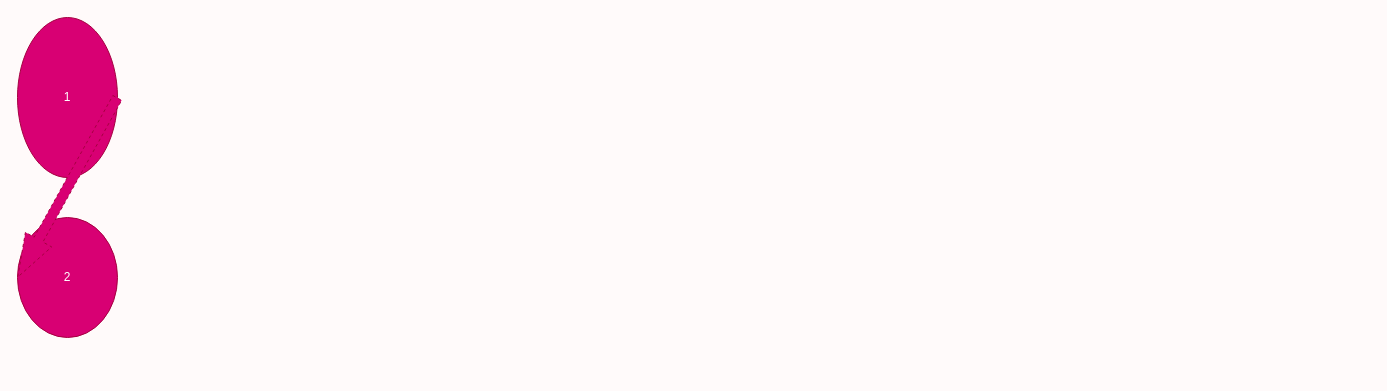
The draw.io diagram spec/drawio_dsl/.samples/35-ids-and-arrows.drawio in klueless-io/drawio_dsl, before the edit. Source tidied: cells renumbered, new cells numbered last; positions are measured from the earlier drawing's top-left corner, leaving out a move shared by most shapes. Both pictures are drawn from the tidied source at 100%, with x=0, y=0 at pixel (17, 17).
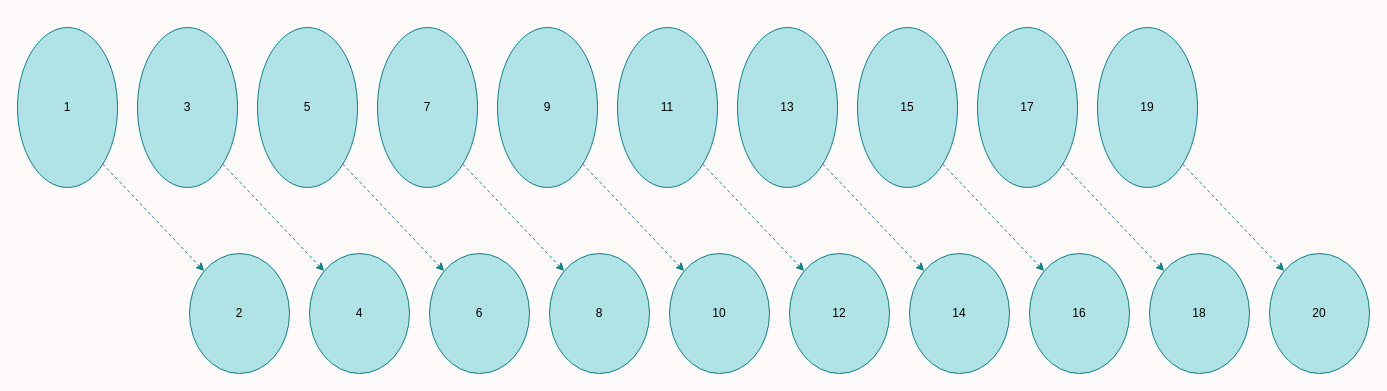
The same page after the edit.

Diff of the diagram source:
```diff
@@
-    <mxCell id="0" />
-    <mxCell id="1" parent="0" />
+    <mxCell id="5" />
+    <mxCell id="6" parent="5" />
-    <mxCell id="2" value="1" style="whiteSpace=wrap;html=1;fillColor=#d80073;strokeColor=#A50040;fontColor=#ffffff;ellipse;" parent="1" vertex="1">
-      <mxGeometry width="100" height="160" as="geometry" />
+    <mxCell id="2" value="1" style="whiteSpace=wrap;html=1;fillColor=#b0e3e6;strokeColor=#0e8088;fontColor=#000000;ellipse;" parent="6" vertex="1">
+      <mxGeometry y="10" width="100" height="160" as="geometry" />
     </mxCell>
-    <mxCell id="3" value="2" style="whiteSpace=wrap;html=1;fillColor=#d80073;strokeColor=#A50040;fontColor=#ffffff;ellipse;" parent="1" vertex="1">
-      <mxGeometry y="200" width="100" height="120" as="geometry" />
+    <mxCell id="3" value="2" style="whiteSpace=wrap;html=1;fillColor=#b0e3e6;strokeColor=#0e8088;fontColor=#000000;ellipse;" parent="6" vertex="1">
+      <mxGeometry x="172" y="236" width="100" height="120" as="geometry" />
     </mxCell>
+    <mxCell id="7" value="3" style="whiteSpace=wrap;html=1;fillColor=#b0e3e6;strokeColor=#0e8088;fontColor=#000000;ellipse;" parent="6" vertex="1">
+      <mxGeometry x="120" y="10" width="100" height="160" as="geometry" />
+    </mxCell>
+    <mxCell id="8" value="4" style="whiteSpace=wrap;html=1;fillColor=#b0e3e6;strokeColor=#0e8088;fontColor=#000000;ellipse;" parent="6" vertex="1">
+      <mxGeometry x="292" y="236" width="100" height="120" as="geometry" />
+    </mxCell>
+    <mxCell id="9" value="5" style="whiteSpace=wrap;html=1;fillColor=#b0e3e6;strokeColor=#0e8088;fontColor=#000000;ellipse;" parent="6" vertex="1">
+      <mxGeometry x="240" y="10" width="100" height="160" as="geometry" />
+    </mxCell>
+    <mxCell id="10" value="6" style="whiteSpace=wrap;html=1;fillColor=#b0e3e6;strokeColor=#0e8088;fontColor=#000000;ellipse;" parent="6" vertex="1">
+      <mxGeometry x="412" y="236" width="100" height="120" as="geometry" />
+    </mxCell>
+    <mxCell id="11" value="7" style="whiteSpace=wrap;html=1;fillColor=#b0e3e6;strokeColor=#0e8088;fontColor=#000000;ellipse;" parent="6" vertex="1">
+      <mxGeometry x="360" y="10" width="100" height="160" as="geometry" />
+    </mxCell>
+    <mxCell id="12" value="8" style="whiteSpace=wrap;html=1;fillColor=#b0e3e6;strokeColor=#0e8088;fontColor=#000000;ellipse;" parent="6" vertex="1">
+      <mxGeometry x="532" y="236" width="100" height="120" as="geometry" />
+    </mxCell>
+    <mxCell id="13" value="9" style="whiteSpace=wrap;html=1;fillColor=#b0e3e6;strokeColor=#0e8088;fontColor=#000000;ellipse;" parent="6" vertex="1">
+      <mxGeometry x="480" y="10" width="100" height="160" as="geometry" />
+    </mxCell>
+    <mxCell id="14" value="10" style="whiteSpace=wrap;html=1;fillColor=#b0e3e6;strokeColor=#0e8088;fontColor=#000000;ellipse;" parent="6" vertex="1">
+      <mxGeometry x="652" y="236" width="100" height="120" as="geometry" />
+    </mxCell>
+    <mxCell id="15" value="11" style="whiteSpace=wrap;html=1;fillColor=#b0e3e6;strokeColor=#0e8088;fontColor=#000000;ellipse;" parent="6" vertex="1">
+      <mxGeometry x="600" y="10" width="100" height="160" as="geometry" />
+    </mxCell>
+    <mxCell id="16" value="12" style="whiteSpace=wrap;html=1;fillColor=#b0e3e6;strokeColor=#0e8088;fontColor=#000000;ellipse;" parent="6" vertex="1">
+      <mxGeometry x="772" y="236" width="100" height="120" as="geometry" />
+    </mxCell>
+    <mxCell id="17" value="13" style="whiteSpace=wrap;html=1;fillColor=#b0e3e6;strokeColor=#0e8088;fontColor=#000000;ellipse;" parent="6" vertex="1">
+      <mxGeometry x="720" y="10" width="100" height="160" as="geometry" />
+    </mxCell>
+    <mxCell id="18" value="14" style="whiteSpace=wrap;html=1;fillColor=#b0e3e6;strokeColor=#0e8088;fontColor=#000000;ellipse;" parent="6" vertex="1">
+      <mxGeometry x="892" y="236" width="100" height="120" as="geometry" />
+    </mxCell>
+    <mxCell id="19" value="15" style="whiteSpace=wrap;html=1;fillColor=#b0e3e6;strokeColor=#0e8088;fontColor=#000000;ellipse;" parent="6" vertex="1">
+      <mxGeometry x="840" y="10" width="100" height="160" as="geometry" />
+    </mxCell>
+    <mxCell id="20" value="16" style="whiteSpace=wrap;html=1;fillColor=#b0e3e6;strokeColor=#0e8088;fontColor=#000000;ellipse;" parent="6" vertex="1">
+      <mxGeometry x="1012" y="236" width="100" height="120" as="geometry" />
+    </mxCell>
+    <mxCell id="21" value="17" style="whiteSpace=wrap;html=1;fillColor=#b0e3e6;strokeColor=#0e8088;fontColor=#000000;ellipse;" parent="6" vertex="1">
+      <mxGeometry x="960" y="10" width="100" height="160" as="geometry" />
+    </mxCell>
+    <mxCell id="22" value="18" style="whiteSpace=wrap;html=1;fillColor=#b0e3e6;strokeColor=#0e8088;fontColor=#000000;ellipse;" parent="6" vertex="1">
+      <mxGeometry x="1132" y="236" width="100" height="120" as="geometry" />
+    </mxCell>
+    <mxCell id="23" value="19" style="whiteSpace=wrap;html=1;fillColor=#b0e3e6;strokeColor=#0e8088;fontColor=#000000;ellipse;" parent="6" vertex="1">
+      <mxGeometry x="1080" y="10" width="100" height="160" as="geometry" />
+    </mxCell>
+    <mxCell id="24" value="20" style="whiteSpace=wrap;html=1;fillColor=#b0e3e6;strokeColor=#0e8088;fontColor=#000000;ellipse;" parent="6" vertex="1">
+      <mxGeometry x="1252" y="236" width="100" height="120" as="geometry" />
+    </mxCell>
-    <mxCell id="4" style="whiteSpace=wrap;html=1;fillColor=#d80073;strokeColor=#A50040;dashed=1;fixDash=1;shape=flexArrow;edgeStyle=none;exitX=1;exitY=0.5;exitDx=0;exitDy=0;entryX=0;entryY=0.5;entryDx=0;entryDy=0;endWidth=19;endSize=13.94;" parent="1" edge="1" source="2" target="3">
+    <mxCell id="4" style="whiteSpace=wrap;html=1;fillColor=#b0e3e6;strokeColor=#0e8088;dashed=1;fixDash=1;exitX=1;exitY=1;exitDx=0;exitDy=0;entryX=0;entryY=0;entryDx=0;entryDy=0;edgeStyle=none;" parent="6" edge="1" source="2" target="3">
       <mxGeometry relative="1" as="geometry" />
     </mxCell>
+    <mxCell id="25" style="whiteSpace=wrap;html=1;fillColor=#b0e3e6;strokeColor=#0e8088;dashed=1;fixDash=1;exitX=1;exitY=1;exitDx=0;exitDy=0;entryX=0;entryY=0;entryDx=0;entryDy=0;edgeStyle=none;" parent="6" edge="1" source="7" target="8">
+      <mxGeometry relative="1" as="geometry" />
+    </mxCell>
+    <mxCell id="26" style="whiteSpace=wrap;html=1;fillColor=#b0e3e6;strokeColor=#0e8088;dashed=1;fixDash=1;exitX=1;exitY=1;exitDx=0;exitDy=0;entryX=0;entryY=0;entryDx=0;entryDy=0;edgeStyle=none;" parent="6" edge="1" source="9" target="10">
+      <mxGeometry relative="1" as="geometry" />
+    </mxCell>
+    <mxCell id="27" style="whiteSpace=wrap;html=1;fillColor=#b0e3e6;strokeColor=#0e8088;dashed=1;fixDash=1;exitX=1;exitY=1;exitDx=0;exitDy=0;entryX=0;entryY=0;entryDx=0;entryDy=0;edgeStyle=none;" parent="6" edge="1" source="11" target="12">
+      <mxGeometry relative="1" as="geometry" />
+    </mxCell>
+    <mxCell id="28" style="whiteSpace=wrap;html=1;fillColor=#b0e3e6;strokeColor=#0e8088;dashed=1;fixDash=1;exitX=1;exitY=1;exitDx=0;exitDy=0;entryX=0;entryY=0;entryDx=0;entryDy=0;edgeStyle=none;" parent="6" edge="1" source="13" target="14">
+      <mxGeometry relative="1" as="geometry" />
+    </mxCell>
+    <mxCell id="29" style="whiteSpace=wrap;html=1;fillColor=#b0e3e6;strokeColor=#0e8088;dashed=1;fixDash=1;exitX=1;exitY=1;exitDx=0;exitDy=0;entryX=0;entryY=0;entryDx=0;entryDy=0;edgeStyle=none;" parent="6" edge="1" source="15" target="16">
+      <mxGeometry relative="1" as="geometry" />
+    </mxCell>
+    <mxCell id="30" style="whiteSpace=wrap;html=1;fillColor=#b0e3e6;strokeColor=#0e8088;dashed=1;fixDash=1;exitX=1;exitY=1;exitDx=0;exitDy=0;entryX=0;entryY=0;entryDx=0;entryDy=0;edgeStyle=none;" parent="6" edge="1" source="17" target="18">
+      <mxGeometry relative="1" as="geometry" />
+    </mxCell>
+    <mxCell id="31" style="whiteSpace=wrap;html=1;fillColor=#b0e3e6;strokeColor=#0e8088;dashed=1;fixDash=1;exitX=1;exitY=1;exitDx=0;exitDy=0;entryX=0;entryY=0;entryDx=0;entryDy=0;edgeStyle=none;" parent="6" edge="1" source="19" target="20">
+      <mxGeometry relative="1" as="geometry" />
+    </mxCell>
+    <mxCell id="32" style="whiteSpace=wrap;html=1;fillColor=#b0e3e6;strokeColor=#0e8088;dashed=1;fixDash=1;exitX=1;exitY=1;exitDx=0;exitDy=0;entryX=0;entryY=0;entryDx=0;entryDy=0;edgeStyle=none;" parent="6" edge="1" source="21" target="22">
+      <mxGeometry relative="1" as="geometry" />
+    </mxCell>
+    <mxCell id="33" style="whiteSpace=wrap;html=1;fillColor=#b0e3e6;strokeColor=#0e8088;dashed=1;fixDash=1;exitX=1;exitY=1;exitDx=0;exitDy=0;entryX=0;entryY=0;entryDx=0;entryDy=0;edgeStyle=none;" parent="6" edge="1" source="23" target="24">
+      <mxGeometry relative="1" as="geometry" />
+    </mxCell>
```
